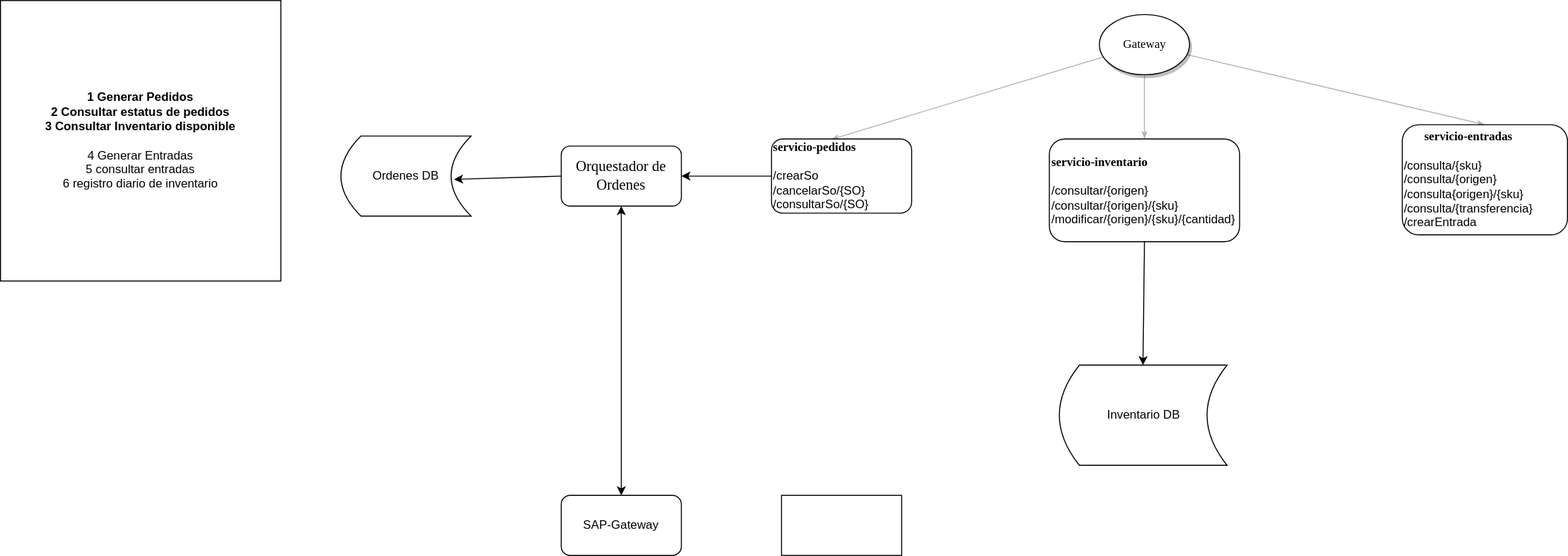
Earlier version of the draw.io export Untitled Diagram.svg (erick12357/pruebaRest). Source tidied: cells renumbered, new cells last; positions are measured from the earlier drawing's top-left corner, leaving out a move shared by most shapes.
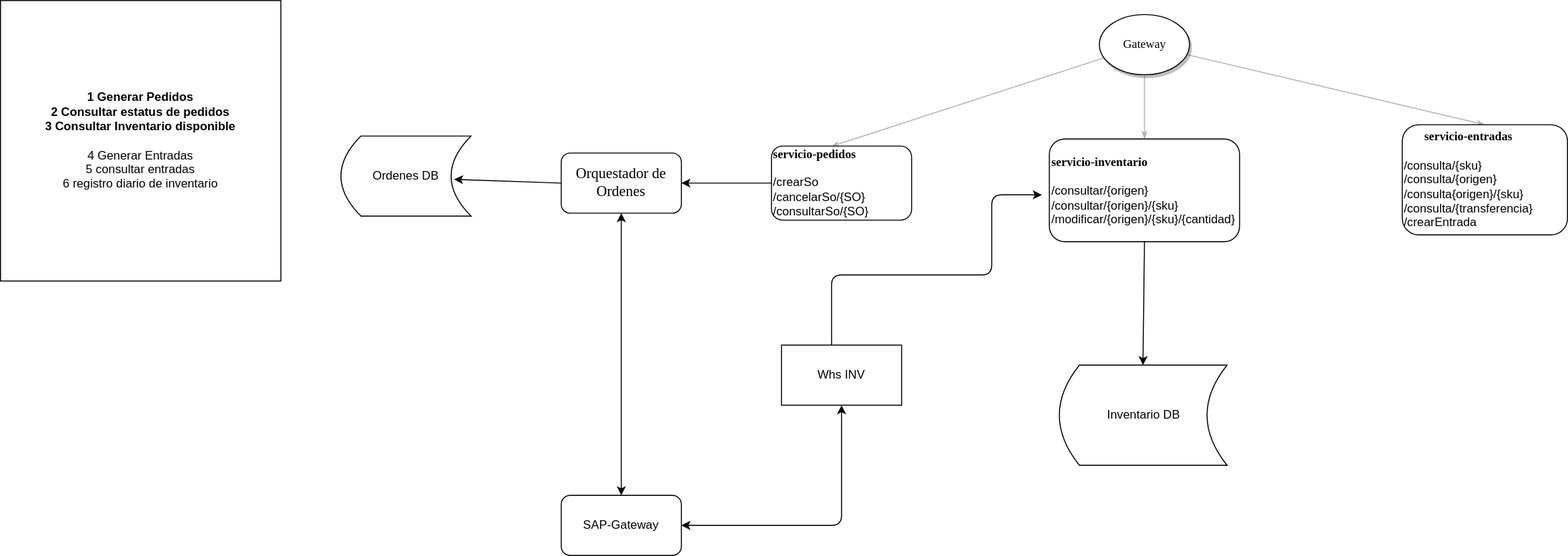
The same file after the commit.

What changed in the source:
```diff
@@ -32,13 +32,13 @@
       <mxGeometry x="1400" y="124" width="165" height="110" as="geometry" />
     </mxCell>
     <mxCell id="11" value="&lt;span style=&quot;font-family: &amp;#34;verdana&amp;#34; ; text-align: center&quot;&gt;&lt;b&gt;servicio-pedidos&lt;/b&gt;&lt;/span&gt;&lt;span&gt;&lt;b&gt;&lt;br&gt;&lt;/b&gt;&lt;br&gt;/crearSo&lt;/span&gt;&lt;br&gt;&lt;span&gt;/cancelarSo/{SO}&lt;/span&gt;&lt;br&gt;&lt;span&gt;/consultarSo/{SO}&lt;/span&gt;" style="rounded=1;whiteSpace=wrap;html=1;align=left;" parent="1" vertex="1">
-      <mxGeometry x="770" y="138.2" width="140" height="74" as="geometry" />
+      <mxGeometry x="770" y="145.2" width="140" height="74" as="geometry" />
     </mxCell>
     <mxCell id="12" value="SAP-Gateway&lt;br&gt;" style="rounded=1;whiteSpace=wrap;html=1;" parent="1" vertex="1">
       <mxGeometry x="560" y="494" width="120" height="60" as="geometry" />
     </mxCell>
     <mxCell id="13" value="&lt;span lang=&quot;EN-US&quot; style=&quot;font-size: 11.0pt ; font-family: &amp;#34;calibri&amp;#34; , &amp;#34;sans-serif&amp;#34;&quot;&gt;Orquestador de Ordenes&lt;/span&gt;" style="rounded=1;whiteSpace=wrap;html=1;" parent="1" vertex="1">
-      <mxGeometry x="560" y="145.2" width="120" height="60" as="geometry" />
+      <mxGeometry x="560" y="152.2" width="120" height="60" as="geometry" />
     </mxCell>
     <mxCell id="14" style="endArrow=classic;html=1;entryX=1;entryY=0.5;entryDx=0;entryDy=0;exitX=0;exitY=0.5;exitDx=0;exitDy=0;" parent="1" edge="1" source="11" target="13">
       <mxGeometry relative="1" as="geometry" />
@@ -52,8 +52,25 @@
     <mxCell id="17" style="endArrow=classic;startArrow=classic;html=1;entryX=0.5;entryY=1;entryDx=0;entryDy=0;exitX=0.5;exitY=0;exitDx=0;exitDy=0;" parent="1" edge="1" source="12" target="13">
       <mxGeometry relative="1" as="geometry" />
     </mxCell>
-    <mxCell id="18" style="rounded=0;whiteSpace=wrap;html=1;" parent="1" vertex="1">
-      <mxGeometry x="780" y="494" width="120" height="60" as="geometry" />
+    <mxCell id="18" value="Whs INV" style="rounded=0;whiteSpace=wrap;html=1;" parent="1" vertex="1">
+      <mxGeometry x="780" y="344" width="120" height="60" as="geometry" />
     </mxCell>
+    <mxCell id="19" style="endArrow=classic;startArrow=classic;html=1;entryX=0.5;entryY=1;entryDx=0;entryDy=0;exitX=1;exitY=0.5;exitDx=0;exitDy=0;" parent="1" edge="1" source="12" target="18">
+      <mxGeometry relative="1" as="geometry">
+        <Array as="points">
+          <mxPoint x="840" y="524" />
+        </Array>
+      </mxGeometry>
+    </mxCell>
+    <mxCell id="20" style="endArrow=classic;html=1;exitX=0.417;exitY=0;exitDx=0;exitDy=0;exitPerimeter=0;" parent="1" edge="1" source="18">
+      <mxGeometry relative="1" as="geometry">
+        <mxPoint x="1040" y="194" as="targetPoint" />
+        <Array as="points">
+          <mxPoint x="830" y="274" />
+          <mxPoint x="990" y="274" />
+          <mxPoint x="990" y="194" />
+        </Array>
+      </mxGeometry>
+    </mxCell>
   </root>
 </mxGraphModel>
```
